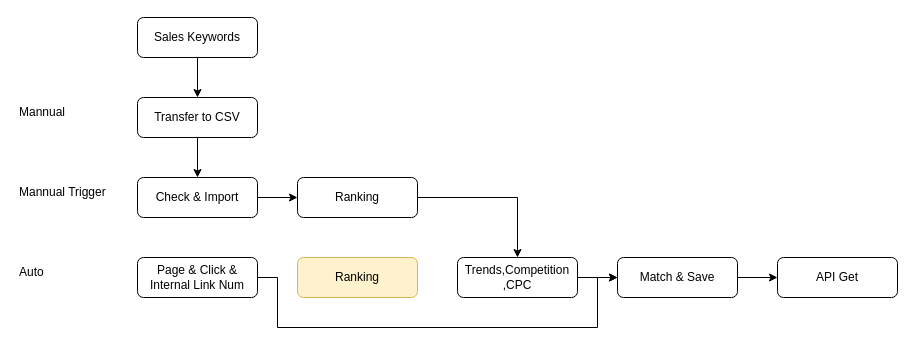
Before: drawio/sales_keyword_tech.drawio in VisableHarry/seo-drawio, a draw.io diagram. Source tidied: cells renumbered, new cells numbered last; positions are measured from the earlier drawing's top-left corner, leaving out a move shared by most shapes. Both pictures are drawn from the tidied source at 100%, with x=0, y=0 at pixel (17, 17).
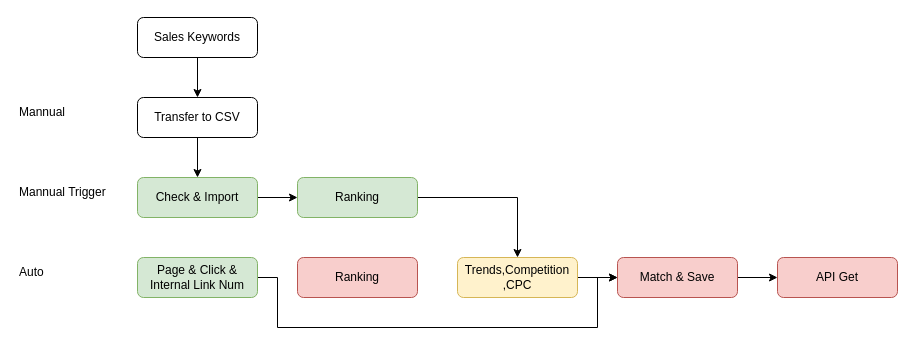
The same page after the edit.

Change to the diagram source:
```diff
@@
-    <mxCell id="8" value="Check &amp;amp; Import" style="rounded=1;whiteSpace=wrap;html=1;" parent="1" vertex="1">
+    <mxCell id="8" value="Check &amp;amp; Import" style="rounded=1;whiteSpace=wrap;html=1;fillColor=#d5e8d4;strokeColor=#82b366;" parent="1" vertex="1">
       <mxGeometry x="120" y="160" width="120" height="40" as="geometry" />
     </mxCell>
@@
-    <mxCell id="11" value="Page &amp;amp; Click &amp;amp; Internal Link Num" style="rounded=1;whiteSpace=wrap;html=1;" parent="1" vertex="1">
+    <mxCell id="11" value="Page &amp;amp; Click &amp;amp; Internal Link Num" style="rounded=1;whiteSpace=wrap;html=1;fillColor=#d5e8d4;strokeColor=#82b366;" parent="1" vertex="1">
       <mxGeometry x="120" y="240" width="120" height="40" as="geometry" />
     </mxCell>
@@
-    <mxCell id="14" value="Ranking" style="rounded=1;whiteSpace=wrap;html=1;" parent="1" vertex="1">
+    <mxCell id="14" value="Ranking" style="rounded=1;whiteSpace=wrap;html=1;fillColor=#d5e8d4;strokeColor=#82b366;" parent="1" vertex="1">
       <mxGeometry x="280" y="160" width="120" height="40" as="geometry" />
     </mxCell>
@@
-    <mxCell id="16" value="Trends,Competition&lt;div&gt;,CPC&lt;/div&gt;" style="rounded=1;whiteSpace=wrap;html=1;" parent="1" vertex="1">
+    <mxCell id="16" value="Trends,Competition&lt;div&gt;,CPC&lt;/div&gt;" style="rounded=1;whiteSpace=wrap;html=1;fillColor=#fff2cc;strokeColor=#d6b656;" parent="1" vertex="1">
       <mxGeometry x="440" y="240" width="120" height="40" as="geometry" />
     </mxCell>
@@
-    <mxCell id="18" value="Match &amp;amp; Save" style="rounded=1;whiteSpace=wrap;html=1;" parent="1" vertex="1">
+    <mxCell id="18" value="Match &amp;amp; Save" style="rounded=1;whiteSpace=wrap;html=1;fillColor=#f8cecc;strokeColor=#b85450;" parent="1" vertex="1">
       <mxGeometry x="600" y="240" width="120" height="40" as="geometry" />
     </mxCell>
-    <mxCell id="19" value="API Get" style="rounded=1;whiteSpace=wrap;html=1;" parent="1" vertex="1">
+    <mxCell id="19" value="API Get" style="rounded=1;whiteSpace=wrap;html=1;fillColor=#f8cecc;strokeColor=#b85450;" parent="1" vertex="1">
       <mxGeometry x="760" y="240" width="120" height="40" as="geometry" />
     </mxCell>
-    <mxCell id="20" value="Ranking" style="rounded=1;whiteSpace=wrap;html=1;fillColor=#fff2cc;strokeColor=#d6b656;" parent="1" vertex="1">
+    <mxCell id="20" value="Ranking" style="rounded=1;whiteSpace=wrap;html=1;fillColor=#f8cecc;strokeColor=#b85450;" parent="1" vertex="1">
       <mxGeometry x="280" y="240" width="120" height="40" as="geometry" />
     </mxCell>
```
